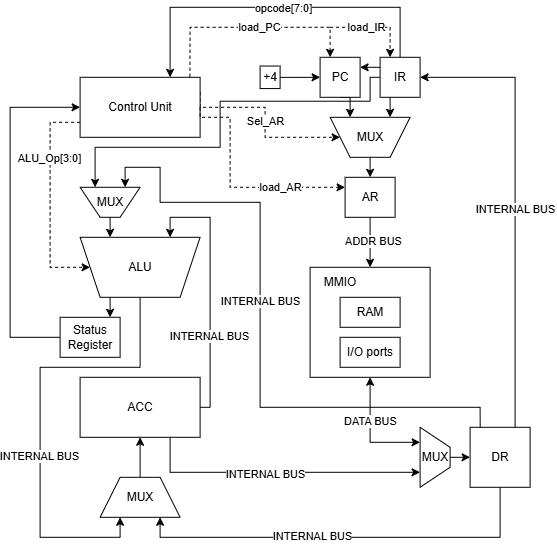
AlenaLuzhetskaia/Computer-Architecture keeps this draw.io diagram as схема_acc32_neumann.drawio.png. Above is the earlier version. Source tidied: cells renumbered, new cells last; positions are measured from the earlier drawing's top-left corner, leaving out a move shared by most shapes. Source of this version:
```xml
<mxGraphModel>
  <root>
    <mxCell id="0" />
    <mxCell id="1" parent="0" />
    <mxCell id="2" style="edgeStyle=orthogonalEdgeStyle;rounded=0;jettySize=auto;html=1;exitX=0.75;exitY=0;exitDx=0;exitDy=0;entryX=0.75;entryY=0;entryDx=0;entryDy=0;" parent="1" edge="1" source="5">
      <mxGeometry relative="1" as="geometry">
        <mxPoint x="100" y="310" as="targetPoint" />
      </mxGeometry>
    </mxCell>
    <mxCell id="3" style="edgeStyle=orthogonalEdgeStyle;rounded=0;jettySize=auto;html=1;exitX=0.5;exitY=0;exitDx=0;exitDy=0;entryX=0.25;entryY=1;entryDx=0;entryDy=0;" parent="1" edge="1" source="5" target="33">
      <mxGeometry relative="1" as="geometry">
        <Array as="points">
          <mxPoint x="130" y="360" />
          <mxPoint x="30" y="360" />
          <mxPoint x="30" y="530" />
          <mxPoint x="110" y="530" />
        </Array>
      </mxGeometry>
    </mxCell>
    <mxCell id="4" value="INTERNAL BUS" style="edgeLabel;html=1;align=center;verticalAlign=middle;" parent="3" vertex="1">
      <mxGeometry x="0.18" y="-1" relative="1" as="geometry" />
    </mxCell>
    <mxCell id="5" value="ALU" style="shape=trapezoid;perimeter=trapezoidPerimeter;whiteSpace=wrap;html=1;fixedSize=1;direction=west;" parent="1" vertex="1">
      <mxGeometry x="70" y="230" width="120" height="60" as="geometry" />
    </mxCell>
    <mxCell id="6" style="rounded=0;whiteSpace=wrap;html=1;labelPosition=right;verticalLabelPosition=top;align=left;verticalAlign=bottom;" parent="1" vertex="1">
      <mxGeometry x="300" y="260" width="120" height="110" as="geometry" />
    </mxCell>
    <mxCell id="7" style="edgeStyle=orthogonalEdgeStyle;rounded=0;jettySize=auto;html=1;exitX=1;exitY=0.5;exitDx=0;exitDy=0;entryX=0.25;entryY=1;entryDx=0;entryDy=0;" parent="1" edge="1" source="11" target="5">
      <mxGeometry relative="1" as="geometry">
        <Array as="points">
          <mxPoint x="200" y="400" />
          <mxPoint x="200" y="210" />
          <mxPoint x="160" y="210" />
        </Array>
      </mxGeometry>
    </mxCell>
    <mxCell id="8" value="INTERNAL BUS" style="edgeLabel;html=1;align=center;verticalAlign=middle;" parent="7" vertex="1">
      <mxGeometry x="-0.38" y="1" relative="1" as="geometry" />
    </mxCell>
    <mxCell id="9" style="edgeStyle=orthogonalEdgeStyle;rounded=0;jettySize=auto;html=1;exitX=0.75;exitY=1;exitDx=0;exitDy=0;entryX=0.75;entryY=1;entryDx=0;entryDy=0;" parent="1" edge="1" source="11" target="55">
      <mxGeometry relative="1" as="geometry" />
    </mxCell>
    <mxCell id="10" value="INTERNAL BUS" style="edgeLabel;html=1;align=center;verticalAlign=middle;" parent="9" vertex="1">
      <mxGeometry x="-0.08" y="-2" relative="1" as="geometry" />
    </mxCell>
    <mxCell id="11" value="ACC" style="rounded=0;whiteSpace=wrap;html=1;" parent="1" vertex="1">
      <mxGeometry x="70" y="370" width="120" height="60" as="geometry" />
    </mxCell>
    <mxCell id="12" style="edgeStyle=orthogonalEdgeStyle;rounded=0;jettySize=auto;html=1;exitX=0.25;exitY=1;exitDx=0;exitDy=0;entryX=0.25;entryY=1;entryDx=0;entryDy=0;" parent="1" edge="1" source="17" target="21">
      <mxGeometry relative="1" as="geometry" />
    </mxCell>
    <mxCell id="13" style="edgeStyle=orthogonalEdgeStyle;rounded=0;jettySize=auto;html=1;exitX=0.5;exitY=0;exitDx=0;exitDy=0;entryX=0.75;entryY=0;entryDx=0;entryDy=0;" parent="1" edge="1" source="17" target="36">
      <mxGeometry relative="1" as="geometry">
        <Array as="points">
          <mxPoint x="390" />
          <mxPoint x="160" />
        </Array>
      </mxGeometry>
    </mxCell>
    <mxCell id="14" value="opcode[7:0]" style="edgeLabel;html=1;align=center;verticalAlign=middle;" parent="13" vertex="1">
      <mxGeometry x="-0.05" y="1" relative="1" as="geometry" />
    </mxCell>
    <mxCell id="15" style="edgeStyle=orthogonalEdgeStyle;rounded=0;jettySize=auto;html=1;exitX=0;exitY=0.5;exitDx=0;exitDy=0;entryX=0.75;entryY=1;entryDx=0;entryDy=0;" parent="1" edge="1" source="17" target="53">
      <mxGeometry relative="1" as="geometry">
        <Array as="points">
          <mxPoint x="360" y="70" />
          <mxPoint x="360" y="93.9" />
          <mxPoint x="210" y="93.9" />
          <mxPoint x="210" y="140" />
          <mxPoint x="85" y="140" />
        </Array>
      </mxGeometry>
    </mxCell>
    <mxCell id="16" style="edgeStyle=orthogonalEdgeStyle;rounded=0;jettySize=auto;html=1;exitX=0;exitY=0.25;exitDx=0;exitDy=0;entryX=1;entryY=0.25;entryDx=0;entryDy=0;" parent="1" edge="1" source="17" target="19">
      <mxGeometry relative="1" as="geometry" />
    </mxCell>
    <mxCell id="17" value="IR" style="rounded=0;whiteSpace=wrap;html=1;" parent="1" vertex="1">
      <mxGeometry x="370" y="50" width="40" height="40" as="geometry" />
    </mxCell>
    <mxCell id="18" style="edgeStyle=orthogonalEdgeStyle;rounded=0;jettySize=auto;html=1;exitX=0.5;exitY=1;exitDx=0;exitDy=0;entryX=0.75;entryY=1;entryDx=0;entryDy=0;" parent="1" edge="1" source="19" target="21">
      <mxGeometry relative="1" as="geometry" />
    </mxCell>
    <mxCell id="19" value="PC" style="rounded=0;whiteSpace=wrap;html=1;" parent="1" vertex="1">
      <mxGeometry x="310" y="50" width="40" height="40" as="geometry" />
    </mxCell>
    <mxCell id="20" style="edgeStyle=orthogonalEdgeStyle;rounded=0;jettySize=auto;html=1;exitX=0.5;exitY=0;exitDx=0;exitDy=0;entryX=0.5;entryY=0;entryDx=0;entryDy=0;" parent="1" edge="1" source="21" target="24">
      <mxGeometry relative="1" as="geometry" />
    </mxCell>
    <mxCell id="21" value="MUX" style="shape=trapezoid;perimeter=trapezoidPerimeter;whiteSpace=wrap;html=1;fixedSize=1;direction=west;" parent="1" vertex="1">
      <mxGeometry x="320" y="110" width="80" height="40" as="geometry" />
    </mxCell>
    <mxCell id="22" style="edgeStyle=orthogonalEdgeStyle;rounded=0;jettySize=auto;html=1;exitX=0.5;exitY=1;exitDx=0;exitDy=0;entryX=0.5;entryY=0;entryDx=0;entryDy=0;" parent="1" edge="1" source="24" target="6">
      <mxGeometry relative="1" as="geometry" />
    </mxCell>
    <mxCell id="23" value="ADDR BUS" style="edgeLabel;html=1;align=center;verticalAlign=middle;" parent="22" vertex="1">
      <mxGeometry x="-0.07" y="3" relative="1" as="geometry" />
    </mxCell>
    <mxCell id="24" value="AR" style="rounded=0;whiteSpace=wrap;html=1;" parent="1" vertex="1">
      <mxGeometry x="335" y="170" width="50" height="40" as="geometry" />
    </mxCell>
    <mxCell id="25" style="edgeStyle=orthogonalEdgeStyle;rounded=0;jettySize=auto;html=1;exitX=0.75;exitY=0;exitDx=0;exitDy=0;entryX=1;entryY=0.5;entryDx=0;entryDy=0;" parent="1" edge="1" source="31" target="17">
      <mxGeometry relative="1" as="geometry" />
    </mxCell>
    <mxCell id="26" value="INTERNAL BUS" style="edgeLabel;html=1;align=center;verticalAlign=middle;" parent="25" vertex="1">
      <mxGeometry x="-0.02" relative="1" as="geometry" />
    </mxCell>
    <mxCell id="27" style="edgeStyle=orthogonalEdgeStyle;rounded=0;jettySize=auto;html=1;exitX=0.5;exitY=1;exitDx=0;exitDy=0;entryX=0.75;entryY=1;entryDx=0;entryDy=0;" parent="1" edge="1" source="31" target="33">
      <mxGeometry relative="1" as="geometry" />
    </mxCell>
    <mxCell id="28" value="INTERNAL BUS" style="edgeLabel;html=1;align=center;verticalAlign=middle;" parent="27" vertex="1">
      <mxGeometry x="0.16" y="-1" relative="1" as="geometry" />
    </mxCell>
    <mxCell id="29" style="edgeStyle=orthogonalEdgeStyle;rounded=0;jettySize=auto;html=1;exitX=0.169;exitY=0.001;exitDx=0;exitDy=0;entryX=0.25;entryY=1;entryDx=0;entryDy=0;exitPerimeter=0;" parent="1" edge="1" source="31" target="53">
      <mxGeometry relative="1" as="geometry">
        <Array as="points">
          <mxPoint x="470.1" y="421.2" />
          <mxPoint x="470" y="421.2" />
          <mxPoint x="470" y="400" />
          <mxPoint x="250" y="400" />
          <mxPoint x="250" y="195" />
          <mxPoint x="150" y="195" />
          <mxPoint x="150" y="160" />
          <mxPoint x="115" y="160" />
        </Array>
      </mxGeometry>
    </mxCell>
    <mxCell id="30" value="INTERNAL BUS" style="edgeLabel;html=1;align=center;verticalAlign=middle;" parent="29" vertex="1">
      <mxGeometry x="0.09" relative="1" as="geometry" />
    </mxCell>
    <mxCell id="31" value="DR" style="rounded=0;whiteSpace=wrap;html=1;" parent="1" vertex="1">
      <mxGeometry x="460" y="420" width="60" height="60" as="geometry" />
    </mxCell>
    <mxCell id="32" style="edgeStyle=orthogonalEdgeStyle;rounded=0;jettySize=auto;html=1;exitX=0.5;exitY=0;exitDx=0;exitDy=0;entryX=0.5;entryY=1;entryDx=0;entryDy=0;" parent="1" edge="1" source="33" target="11">
      <mxGeometry relative="1" as="geometry" />
    </mxCell>
    <mxCell id="33" value="MUX" style="shape=trapezoid;perimeter=trapezoidPerimeter;whiteSpace=wrap;html=1;fixedSize=1;" parent="1" vertex="1">
      <mxGeometry x="90" y="470" width="80" height="40" as="geometry" />
    </mxCell>
    <mxCell id="34" style="edgeStyle=orthogonalEdgeStyle;rounded=0;jettySize=auto;html=1;exitX=1;exitY=0.25;exitDx=0;exitDy=0;entryX=1;entryY=0.5;entryDx=0;entryDy=0;dashed=1;" parent="1" edge="1" source="36" target="21">
      <mxGeometry relative="1" as="geometry">
        <Array as="points">
          <mxPoint x="190" y="100" />
          <mxPoint x="255" y="100" />
          <mxPoint x="255" y="130" />
        </Array>
      </mxGeometry>
    </mxCell>
    <mxCell id="35" value="Sel_AR" style="edgeLabel;html=1;align=center;verticalAlign=middle;" parent="34" vertex="1">
      <mxGeometry x="0.02" relative="1" as="geometry" />
    </mxCell>
    <mxCell id="36" value="Control Unit" style="rounded=0;whiteSpace=wrap;html=1;" parent="1" vertex="1">
      <mxGeometry x="70" y="70" width="120" height="60" as="geometry" />
    </mxCell>
    <mxCell id="37" style="edgeStyle=orthogonalEdgeStyle;rounded=0;jettySize=auto;html=1;entryX=0;entryY=0.5;entryDx=0;entryDy=0;" parent="1" edge="1" source="38" target="19">
      <mxGeometry relative="1" as="geometry" />
    </mxCell>
    <mxCell id="38" value="+4" style="rounded=0;whiteSpace=wrap;html=1;" parent="1" vertex="1">
      <mxGeometry x="250" y="58.8" width="20" height="22.5" as="geometry" />
    </mxCell>
    <mxCell id="39" style="endArrow=classic;html=1;rounded=0;exitX=0.915;exitY=-0.009;exitDx=0;exitDy=0;exitPerimeter=0;entryX=0.25;entryY=0;entryDx=0;entryDy=0;dashed=1;" parent="1" edge="1" source="36" target="19">
      <mxGeometry relative="1" as="geometry">
        <Array as="points">
          <mxPoint x="180" y="20" />
          <mxPoint x="250" y="20" />
          <mxPoint x="320" y="20" />
        </Array>
      </mxGeometry>
    </mxCell>
    <mxCell id="40" value="load_PC" style="edgeLabel;html=1;align=center;verticalAlign=middle;" parent="39" vertex="1">
      <mxGeometry x="0.08" relative="1" as="geometry" />
    </mxCell>
    <mxCell id="41" style="endArrow=classic;html=1;rounded=0;entryX=0.25;entryY=0;entryDx=0;entryDy=0;dashed=1;" parent="1" edge="1" target="17">
      <mxGeometry relative="1" as="geometry">
        <mxPoint x="320" y="20" as="sourcePoint" />
        <Array as="points">
          <mxPoint x="380" y="20" />
        </Array>
      </mxGeometry>
    </mxCell>
    <mxCell id="42" value="load_IR" style="edgeLabel;html=1;align=center;verticalAlign=middle;" parent="41" vertex="1">
      <mxGeometry x="-0.21" relative="1" as="geometry" />
    </mxCell>
    <mxCell id="43" style="edgeStyle=orthogonalEdgeStyle;rounded=0;jettySize=auto;html=1;exitX=1;exitY=0.5;exitDx=0;exitDy=0;entryX=0;entryY=0.25;entryDx=0;entryDy=0;dashed=1;" parent="1" edge="1" source="36" target="24">
      <mxGeometry relative="1" as="geometry">
        <Array as="points">
          <mxPoint x="190" y="110" />
          <mxPoint x="220" y="110" />
          <mxPoint x="220" y="180" />
        </Array>
      </mxGeometry>
    </mxCell>
    <mxCell id="44" value="load_AR" style="edgeLabel;html=1;align=center;verticalAlign=middle;" parent="43" vertex="1">
      <mxGeometry x="0.43" relative="1" as="geometry" />
    </mxCell>
    <mxCell id="45" style="endArrow=classic;html=1;rounded=0;exitX=0;exitY=0.75;exitDx=0;exitDy=0;entryX=1;entryY=0.5;entryDx=0;entryDy=0;dashed=1;" parent="1" edge="1" source="36" target="5">
      <mxGeometry relative="1" as="geometry">
        <Array as="points">
          <mxPoint x="40" y="115" />
          <mxPoint x="40" y="180" />
          <mxPoint x="40" y="260" />
        </Array>
      </mxGeometry>
    </mxCell>
    <mxCell id="46" value="ALU_Op[3:0]" style="edgeLabel;html=1;align=center;verticalAlign=middle;" parent="45" vertex="1">
      <mxGeometry x="-0.39" y="-1" relative="1" as="geometry" />
    </mxCell>
    <mxCell id="47" style="edgeStyle=orthogonalEdgeStyle;rounded=0;jettySize=auto;html=1;exitX=0;exitY=0.5;exitDx=0;exitDy=0;entryX=0;entryY=0.5;entryDx=0;entryDy=0;" parent="1" edge="1" source="48" target="36">
      <mxGeometry relative="1" as="geometry">
        <Array as="points">
          <mxPoint y="330" />
          <mxPoint y="100" />
        </Array>
      </mxGeometry>
    </mxCell>
    <mxCell id="48" value="Status&lt;div&gt;Register&lt;/div&gt;" style="rounded=0;whiteSpace=wrap;html=1;" parent="1" vertex="1">
      <mxGeometry x="50" y="310" width="60" height="40" as="geometry" />
    </mxCell>
    <mxCell id="49" value="MMIO" style="text;html=1;whiteSpace=wrap;strokeColor=none;fillColor=none;align=center;verticalAlign=middle;rounded=0;" parent="1" vertex="1">
      <mxGeometry x="300" y="260" width="60" height="30" as="geometry" />
    </mxCell>
    <mxCell id="50" value="RAM" style="rounded=0;whiteSpace=wrap;html=1;" parent="1" vertex="1">
      <mxGeometry x="330" y="290" width="60" height="30" as="geometry" />
    </mxCell>
    <mxCell id="51" value="I/O ports" style="rounded=0;whiteSpace=wrap;html=1;" parent="1" vertex="1">
      <mxGeometry x="330" y="330" width="60" height="30" as="geometry" />
    </mxCell>
    <mxCell id="52" style="edgeStyle=orthogonalEdgeStyle;rounded=0;jettySize=auto;html=1;exitX=0.5;exitY=0;exitDx=0;exitDy=0;entryX=0.75;entryY=1;entryDx=0;entryDy=0;" parent="1" edge="1" source="53" target="5">
      <mxGeometry relative="1" as="geometry" />
    </mxCell>
    <mxCell id="53" value="MUX" style="shape=trapezoid;perimeter=trapezoidPerimeter;whiteSpace=wrap;html=1;fixedSize=1;direction=west;" parent="1" vertex="1">
      <mxGeometry x="70" y="180" width="60" height="30" as="geometry" />
    </mxCell>
    <mxCell id="54" style="edgeStyle=orthogonalEdgeStyle;rounded=0;jettySize=auto;html=1;exitX=0.5;exitY=0;exitDx=0;exitDy=0;entryX=0;entryY=0.5;entryDx=0;entryDy=0;" parent="1" edge="1" source="55" target="31">
      <mxGeometry relative="1" as="geometry" />
    </mxCell>
    <mxCell id="55" value="MUX" style="shape=trapezoid;perimeter=trapezoidPerimeter;whiteSpace=wrap;html=1;fixedSize=1;direction=south;" parent="1" vertex="1">
      <mxGeometry x="410" y="420" width="30" height="60" as="geometry" />
    </mxCell>
    <mxCell id="56" style="endArrow=classic;startArrow=classic;html=1;rounded=0;entryX=0.5;entryY=1;entryDx=0;entryDy=0;exitX=0.25;exitY=1;exitDx=0;exitDy=0;" parent="1" edge="1" source="55" target="6">
      <mxGeometry relative="1" as="geometry">
        <Array as="points">
          <mxPoint x="360" y="435" />
        </Array>
      </mxGeometry>
    </mxCell>
    <mxCell id="57" value="DATA BUS" style="edgeLabel;html=1;align=center;verticalAlign=middle;" parent="56" vertex="1">
      <mxGeometry x="0.23" relative="1" as="geometry" />
    </mxCell>
  </root>
</mxGraphModel>
```
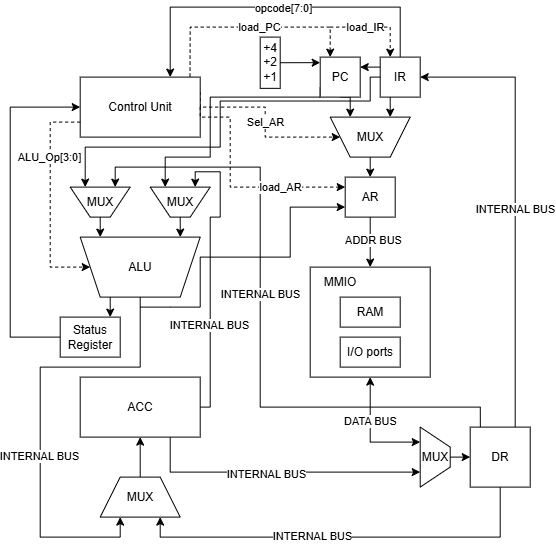
Above is the later version.

Diff of the diagram source:
```diff
@@ -26,12 +26,14 @@
     <mxCell id="6" style="rounded=0;whiteSpace=wrap;html=1;labelPosition=right;verticalLabelPosition=top;align=left;verticalAlign=bottom;" parent="1" vertex="1">
       <mxGeometry x="300" y="260" width="120" height="110" as="geometry" />
     </mxCell>
-    <mxCell id="7" style="edgeStyle=orthogonalEdgeStyle;rounded=0;jettySize=auto;html=1;exitX=1;exitY=0.5;exitDx=0;exitDy=0;entryX=0.25;entryY=1;entryDx=0;entryDy=0;" parent="1" edge="1" source="11" target="5">
+    <mxCell id="7" style="edgeStyle=orthogonalEdgeStyle;rounded=0;jettySize=auto;html=1;exitX=1;exitY=0.5;exitDx=0;exitDy=0;entryX=0.25;entryY=1;entryDx=0;entryDy=0;" parent="1" edge="1" source="11" target="59">
       <mxGeometry relative="1" as="geometry">
         <Array as="points">
           <mxPoint x="200" y="400" />
           <mxPoint x="200" y="210" />
-          <mxPoint x="160" y="210" />
+          <mxPoint x="210" y="210" />
+          <mxPoint x="210" y="164.7" />
+          <mxPoint x="185" y="164.7" />
         </Array>
       </mxGeometry>
     </mxCell>
@@ -68,7 +70,7 @@
           <mxPoint x="360" y="93.9" />
           <mxPoint x="210" y="93.9" />
           <mxPoint x="210" y="140" />
-          <mxPoint x="85" y="140" />
+          <mxPoint x="75" y="140" />
         </Array>
       </mxGeometry>
     </mxCell>
@@ -81,6 +83,16 @@
     <mxCell id="18" style="edgeStyle=orthogonalEdgeStyle;rounded=0;jettySize=auto;html=1;exitX=0.5;exitY=1;exitDx=0;exitDy=0;entryX=0.75;entryY=1;entryDx=0;entryDy=0;" parent="1" edge="1" source="19" target="21">
       <mxGeometry relative="1" as="geometry" />
     </mxCell>
+    <mxCell id="58" style="edgeStyle=orthogonalEdgeStyle;rounded=0;jettySize=auto;html=1;exitX=0;exitY=0.75;exitDx=0;exitDy=0;entryX=0.75;entryY=1;entryDx=0;entryDy=0;" parent="1" edge="1" source="19" target="59">
+      <mxGeometry relative="1" as="geometry">
+        <Array as="points">
+          <mxPoint x="310" y="90" />
+          <mxPoint x="200" y="90" />
+          <mxPoint x="200" y="150" />
+          <mxPoint x="155" y="150" />
+        </Array>
+      </mxGeometry>
+    </mxCell>
     <mxCell id="19" value="PC" style="rounded=0;whiteSpace=wrap;html=1;" parent="1" vertex="1">
       <mxGeometry x="310" y="50" width="40" height="40" as="geometry" />
     </mxCell>
@@ -114,14 +126,10 @@
     <mxCell id="29" style="edgeStyle=orthogonalEdgeStyle;rounded=0;jettySize=auto;html=1;exitX=0.169;exitY=0.001;exitDx=0;exitDy=0;entryX=0.25;entryY=1;entryDx=0;entryDy=0;exitPerimeter=0;" parent="1" edge="1" source="31" target="53">
       <mxGeometry relative="1" as="geometry">
         <Array as="points">
-          <mxPoint x="470.1" y="421.2" />
-          <mxPoint x="470" y="421.2" />
-          <mxPoint x="470" y="400" />
+          <mxPoint x="470.1" y="400" />
           <mxPoint x="250" y="400" />
-          <mxPoint x="250" y="195" />
-          <mxPoint x="150" y="195" />
-          <mxPoint x="150" y="160" />
-          <mxPoint x="115" y="160" />
+          <mxPoint x="250" y="160" />
+          <mxPoint x="105" y="160" />
         </Array>
       </mxGeometry>
     </mxCell>
@@ -152,11 +160,8 @@
     <mxCell id="36" value="Control Unit" style="rounded=0;whiteSpace=wrap;html=1;" parent="1" vertex="1">
       <mxGeometry x="70" y="70" width="120" height="60" as="geometry" />
     </mxCell>
-    <mxCell id="37" style="edgeStyle=orthogonalEdgeStyle;rounded=0;jettySize=auto;html=1;entryX=0;entryY=0.5;entryDx=0;entryDy=0;" parent="1" edge="1" source="38" target="19">
-      <mxGeometry relative="1" as="geometry" />
-    </mxCell>
-    <mxCell id="38" value="+4" style="rounded=0;whiteSpace=wrap;html=1;" parent="1" vertex="1">
-      <mxGeometry x="250" y="58.8" width="20" height="22.5" as="geometry" />
+    <mxCell id="38" value="+4&lt;div&gt;+2&lt;/div&gt;&lt;div&gt;+1&lt;/div&gt;" style="rounded=0;whiteSpace=wrap;html=1;" parent="1" vertex="1">
+      <mxGeometry x="250" y="30" width="20" height="51.2" as="geometry" />
     </mxCell>
     <mxCell id="39" style="endArrow=classic;html=1;rounded=0;exitX=0.915;exitY=-0.009;exitDx=0;exitDy=0;exitPerimeter=0;entryX=0.25;entryY=0;entryDx=0;entryDy=0;dashed=1;" parent="1" edge="1" source="36" target="19">
       <mxGeometry relative="1" as="geometry">
@@ -225,11 +230,8 @@
     <mxCell id="51" value="I/O ports" style="rounded=0;whiteSpace=wrap;html=1;" parent="1" vertex="1">
       <mxGeometry x="330" y="330" width="60" height="30" as="geometry" />
     </mxCell>
-    <mxCell id="52" style="edgeStyle=orthogonalEdgeStyle;rounded=0;jettySize=auto;html=1;exitX=0.5;exitY=0;exitDx=0;exitDy=0;entryX=0.75;entryY=1;entryDx=0;entryDy=0;" parent="1" edge="1" source="53" target="5">
-      <mxGeometry relative="1" as="geometry" />
-    </mxCell>
     <mxCell id="53" value="MUX" style="shape=trapezoid;perimeter=trapezoidPerimeter;whiteSpace=wrap;html=1;fixedSize=1;direction=west;" parent="1" vertex="1">
-      <mxGeometry x="70" y="180" width="60" height="30" as="geometry" />
+      <mxGeometry x="60" y="180" width="60" height="30" as="geometry" />
     </mxCell>
     <mxCell id="54" style="edgeStyle=orthogonalEdgeStyle;rounded=0;jettySize=auto;html=1;exitX=0.5;exitY=0;exitDx=0;exitDy=0;entryX=0;entryY=0.5;entryDx=0;entryDy=0;" parent="1" edge="1" source="55" target="31">
       <mxGeometry relative="1" as="geometry" />
@@ -247,5 +249,29 @@
     <mxCell id="57" value="DATA BUS" style="edgeLabel;html=1;align=center;verticalAlign=middle;" parent="56" vertex="1">
       <mxGeometry x="0.23" relative="1" as="geometry" />
     </mxCell>
+    <mxCell id="59" value="MUX" style="shape=trapezoid;perimeter=trapezoidPerimeter;whiteSpace=wrap;html=1;fixedSize=1;direction=west;" parent="1" vertex="1">
+      <mxGeometry x="140" y="180" width="60" height="30" as="geometry" />
+    </mxCell>
+    <mxCell id="52" style="edgeStyle=orthogonalEdgeStyle;rounded=0;jettySize=auto;html=1;exitX=0.5;exitY=0;exitDx=0;exitDy=0;entryX=0.833;entryY=1;entryDx=0;entryDy=0;entryPerimeter=0;" parent="1" edge="1" source="53" target="5">
+      <mxGeometry relative="1" as="geometry" />
+    </mxCell>
+    <mxCell id="60" style="edgeStyle=orthogonalEdgeStyle;rounded=0;jettySize=auto;html=1;exitX=0.5;exitY=0;exitDx=0;exitDy=0;entryX=0.166;entryY=1;entryDx=0;entryDy=0;entryPerimeter=0;" parent="1" edge="1" source="59" target="5">
+      <mxGeometry relative="1" as="geometry" />
+    </mxCell>
+    <mxCell id="37" style="edgeStyle=orthogonalEdgeStyle;rounded=0;jettySize=auto;html=1;exitX=1;exitY=0.5;exitDx=0;exitDy=0;entryX=0;entryY=0.139;entryDx=0;entryDy=0;entryPerimeter=0;" parent="1" edge="1" source="38" target="19">
+      <mxGeometry relative="1" as="geometry" />
+    </mxCell>
+    <mxCell id="61" style="endArrow=classic;html=1;rounded=0;entryX=0;entryY=0.75;entryDx=0;entryDy=0;" parent="1" edge="1" target="24">
+      <mxGeometry relative="1" as="geometry">
+        <mxPoint x="130" y="300" as="sourcePoint" />
+        <Array as="points">
+          <mxPoint x="160" y="300" />
+          <mxPoint x="190" y="300" />
+          <mxPoint x="190" y="250" />
+          <mxPoint x="280" y="250" />
+          <mxPoint x="280" y="200" />
+        </Array>
+      </mxGeometry>
+    </mxCell>
   </root>
 </mxGraphModel>
```
